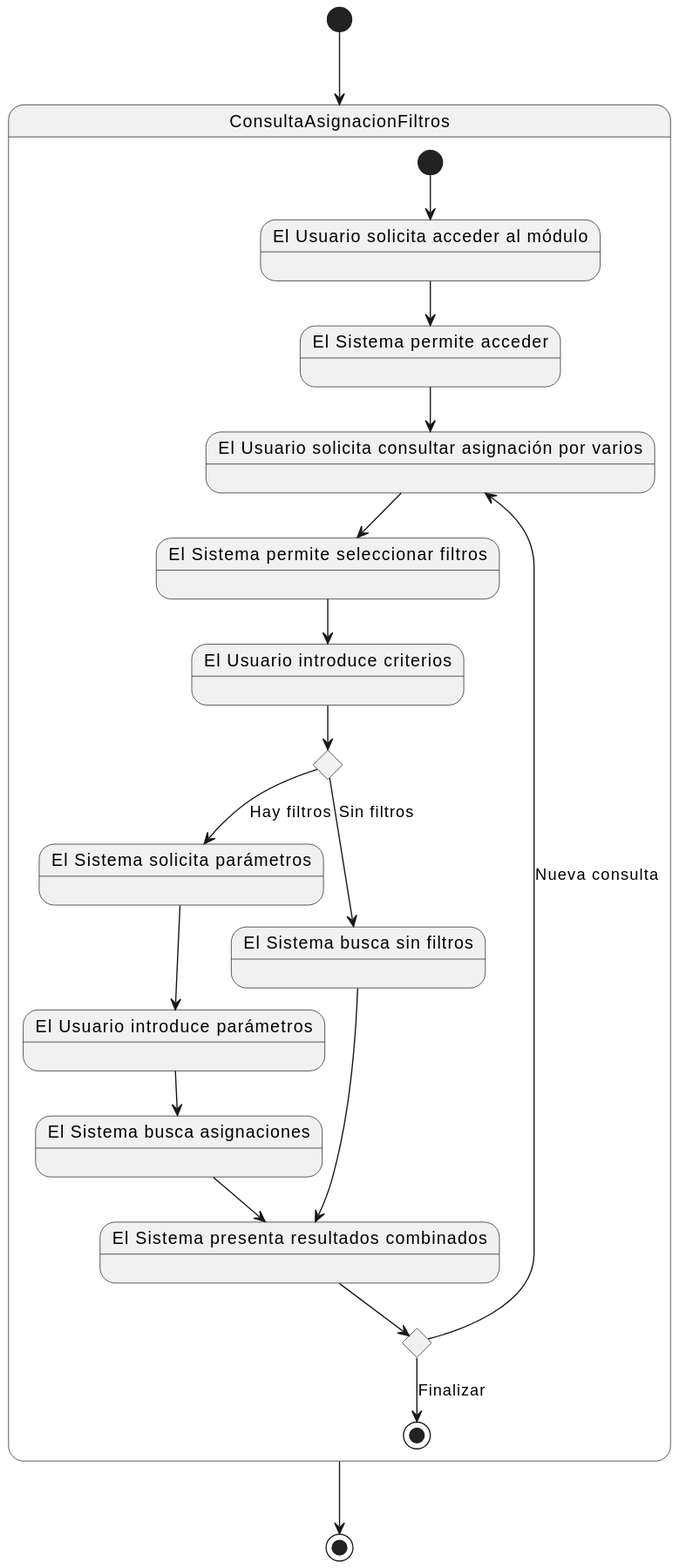
Earlier version of the PlantUML export images/modelosUML/CdU/DetallarCasosDeUso/Profesores/ConsultarAsignacionFiltros.svg (mmasias/24-25-IdSw1-SDR). The source it was exported from:
```plantuml
@startuml
[*] --> ConsultaAsignacionFiltros

    state ConsultaAsignacionFiltros {
        [*] --> Estado1

        state "El Usuario solicita acceder al módulo" as Estado1
        state "El Sistema permite acceder" as Estado2
        state "El Usuario solicita consultar asignación por varios" as Estado3
        state "El Sistema permite seleccionar filtros" as Estado4
        state "El Usuario introduce criterios" as Estado5

        Estado1 --> Estado2
        Estado2 --> Estado3
        Estado3 --> Estado4
        Estado4 --> Estado5

        state choice1 <<choice>>
        Estado5 --> choice1

        choice1 --> Estado6: Hay filtros
        choice1 --> Estado9: Sin filtros

        state "El Sistema solicita parámetros" as Estado6
        state "El Usuario introduce parámetros" as Estado7
        state "El Sistema busca asignaciones" as Estado8
        state "El Sistema busca sin filtros" as Estado9

        Estado6 --> Estado7
        Estado7 --> Estado8

        state "El Sistema presenta resultados combinados" as Estado10

        Estado8 --> Estado10
        Estado9 --> Estado10

        state choice2 <<choice>>
        Estado10 --> choice2

        choice2 --> Estado3: Nueva consulta
        choice2 --> [*]: Finalizar
    }

    ConsultaAsignacionFiltros --> [*]
@enduml
```
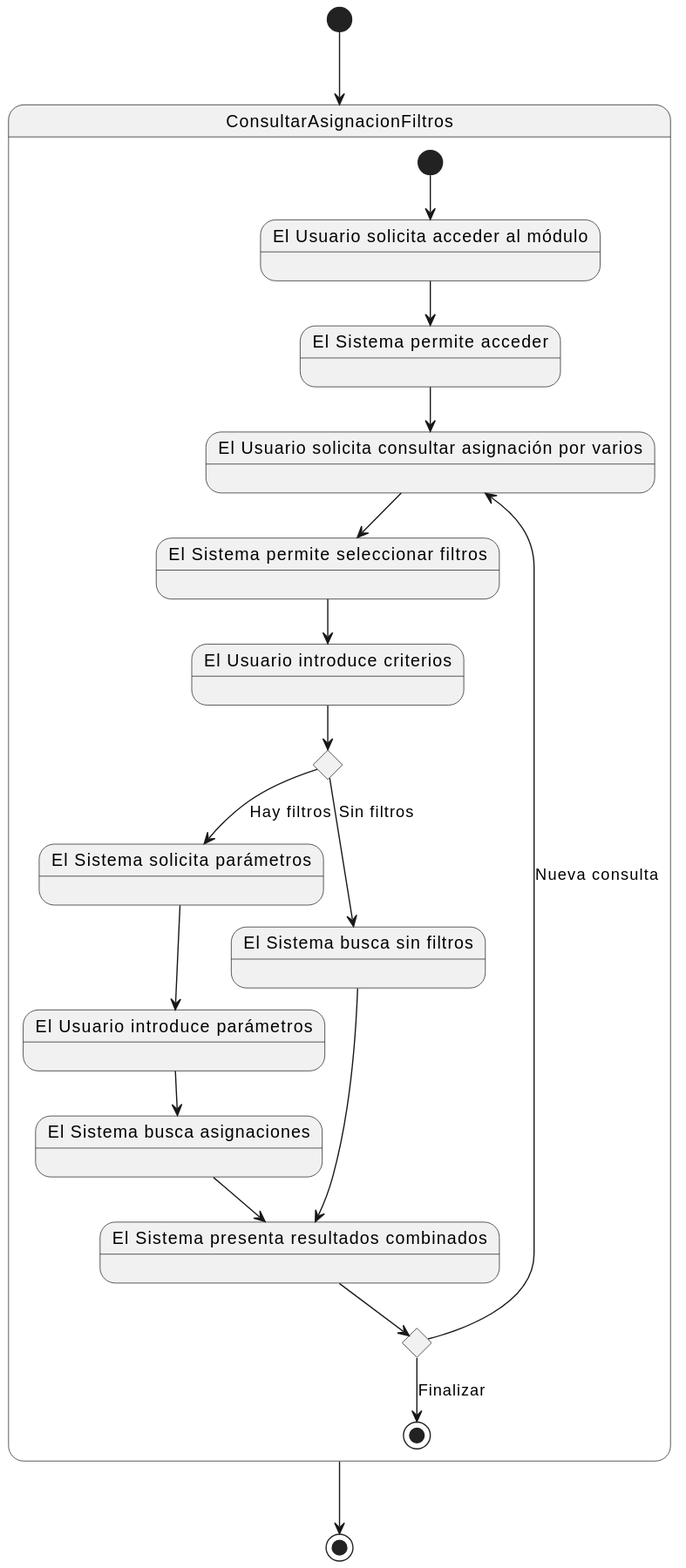
Above is the later version.

Change to the diagram source:
```diff
@@ -1,7 +1,7 @@
 @startuml
-[*] --> ConsultaAsignacionFiltros
+[*] --> ConsultarAsignacionFiltros
 
-    state ConsultaAsignacionFiltros {
+    state ConsultarAsignacionFiltros {
         [*] --> Estado1
 
         state "El Usuario solicita acceder al módulo" as Estado1
@@ -41,5 +41,5 @@
         choice2 --> [*]: Finalizar
     }
 
-    ConsultaAsignacionFiltros --> [*]
+    ConsultarAsignacionFiltros --> [*]
 @enduml
```
